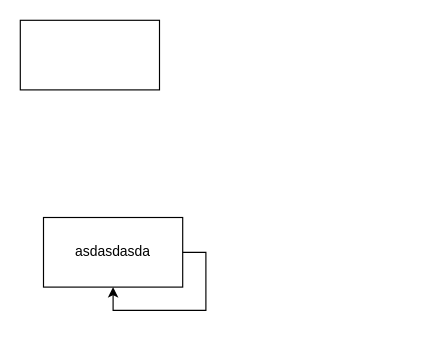
This is src/diagrams/qwe.drawio from bndroll/mdb, a draw.io file, before an edit. Source tidied: cells renumbered, new cells numbered last; positions are measured from the earlier drawing's top-left corner, leaving out a move shared by most shapes. Both pictures are drawn from the tidied source at 116%, with x=0, y=0 at pixel (20, 20).
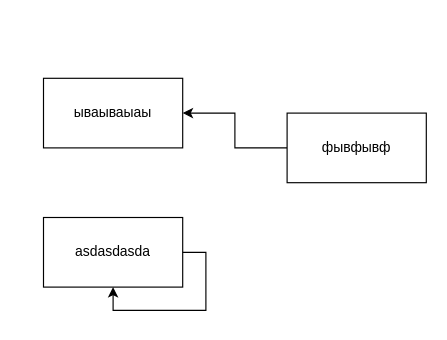
After the change.

Diff of the diagram source:
```diff
@@
 <mxGraphModel>
   <root>
     <mxCell id="0" />
     <mxCell id="1" parent="0" />
     <mxCell id="2" value="asdasdasda" style="rounded=0;whiteSpace=wrap;html=1;" parent="1" vertex="1">
       <mxGeometry x="20" y="170" width="120" height="60" as="geometry" />
     </mxCell>
-    <mxCell id="3" style="rounded=0;whiteSpace=wrap;html=1;" parent="1" vertex="1">
-      <mxGeometry width="120" height="60" as="geometry" />
+    <mxCell id="3" value="ываываыаы" style="rounded=0;whiteSpace=wrap;html=1;" parent="1" vertex="1">
+      <mxGeometry x="20" y="50" width="120" height="60" as="geometry" />
     </mxCell>
     <mxCell id="4" style="edgeStyle=orthogonalEdgeStyle;rounded=0;orthogonalLoop=1;jettySize=auto;html=1;exitX=1;exitY=0.5;exitDx=0;exitDy=0;entryX=0.5;entryY=1;entryDx=0;entryDy=0;" parent="1" edge="1" source="2" target="2">
       <mxGeometry relative="1" as="geometry" />
     </mxCell>
+    <mxCell id="5" style="edgeStyle=orthogonalEdgeStyle;rounded=0;jettySize=auto;html=1;exitX=0;exitY=0.5;exitDx=0;exitDy=0;entryX=1;entryY=0.5;entryDx=0;entryDy=0;" parent="1" edge="1" source="6" target="3">
+      <mxGeometry relative="1" as="geometry" />
+    </mxCell>
+    <mxCell id="6" value="фывфывф" style="rounded=0;whiteSpace=wrap;html=1;" parent="1" vertex="1">
+      <mxGeometry x="230" y="80" width="120" height="60" as="geometry" />
+    </mxCell>
   </root>
 </mxGraphModel>
```
